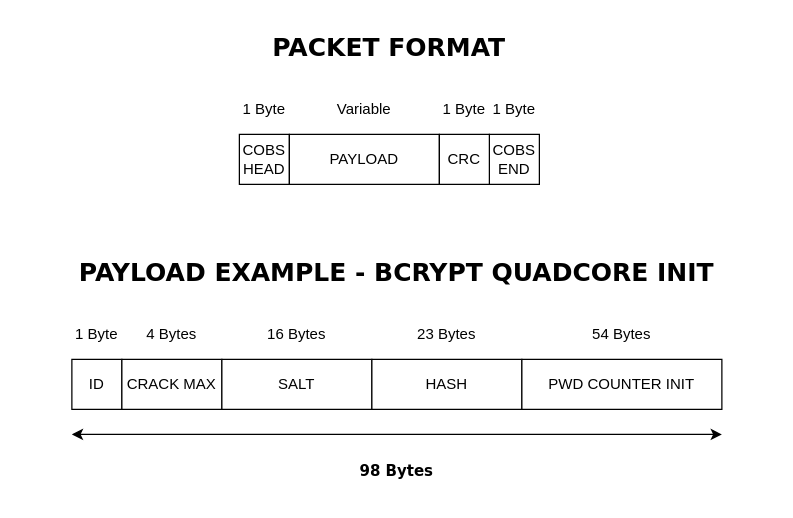
Above: page "packet_format" (2 of 2) of assets/drawio/communication_protocol.drawio in Djokzer/fpga_bruteforce_attack (draw.io), before the change. Source tidied: cells renumbered, new cells numbered last; positions are measured from the earlier drawing's top-left corner, leaving out a move shared by most shapes. Both pictures are drawn from the tidied source at 125%, with x=0, y=0 at pixel (21, 21).
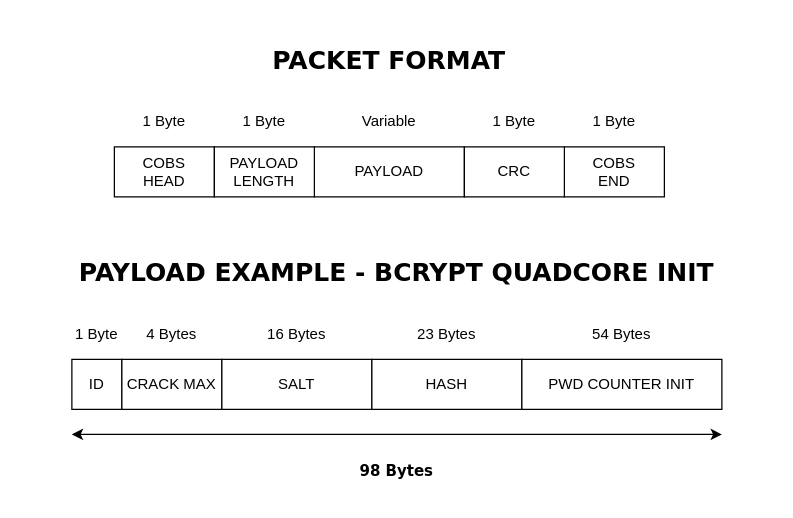
Above is the later version.

The edit, as a diff of the source:
```diff
@@
     <mxCell id="15" value="&lt;div&gt;COBS&lt;br&gt;&lt;/div&gt;&lt;div&gt;HEAD&lt;/div&gt;" style="rounded=0;whiteSpace=wrap;html=1;" parent="1" vertex="1">
-      <mxGeometry x="174" y="90" width="40" height="40" as="geometry" />
+      <mxGeometry x="74" y="100" width="80" height="40" as="geometry" />
     </mxCell>
     <mxCell id="16" value="1 Byte" style="rounded=0;whiteSpace=wrap;html=1;fillColor=none;strokeColor=none;" parent="1" vertex="1">
-      <mxGeometry x="174" y="50" width="40" height="40" as="geometry" />
+      <mxGeometry x="74" y="60" width="80" height="40" as="geometry" />
     </mxCell>
     <mxCell id="17" value="PAYLOAD" style="rounded=0;whiteSpace=wrap;html=1;" parent="1" vertex="1">
-      <mxGeometry x="214" y="90" width="120" height="40" as="geometry" />
+      <mxGeometry x="234" y="100" width="120" height="40" as="geometry" />
     </mxCell>
     <mxCell id="18" value="Variable" style="rounded=0;whiteSpace=wrap;html=1;fillColor=none;strokeColor=none;" parent="1" vertex="1">
-      <mxGeometry x="214" y="50" width="120" height="40" as="geometry" />
+      <mxGeometry x="234" y="60" width="120" height="40" as="geometry" />
     </mxCell>
     <mxCell id="19" value="&lt;div&gt;COBS&lt;/div&gt;&lt;div&gt;&lt;span style=&quot;background-color: initial;&quot;&gt;END&lt;/span&gt;&lt;/div&gt;" style="rounded=0;whiteSpace=wrap;html=1;" parent="1" vertex="1">
-      <mxGeometry x="374" y="90" width="40" height="40" as="geometry" />
+      <mxGeometry x="434" y="100" width="80" height="40" as="geometry" />
     </mxCell>
     <mxCell id="20" value="PACKET FORMAT" style="rounded=0;whiteSpace=wrap;html=1;fillColor=none;strokeColor=none;fontFamily=Verdana;fontStyle=1;fontSize=20;" parent="1" vertex="1">
-      <mxGeometry x="154" width="280" height="40" as="geometry" />
+      <mxGeometry x="154" y="10" width="280" height="40" as="geometry" />
     </mxCell>
     <mxCell id="21" value="CRC" style="rounded=0;whiteSpace=wrap;html=1;" parent="1" vertex="1">
-      <mxGeometry x="334" y="90" width="40" height="40" as="geometry" />
+      <mxGeometry x="354" y="100" width="80" height="40" as="geometry" />
     </mxCell>
     <mxCell id="22" value="1 Byte" style="rounded=0;whiteSpace=wrap;html=1;fillColor=none;strokeColor=none;" parent="1" vertex="1">
-      <mxGeometry x="334" y="50" width="40" height="40" as="geometry" />
+      <mxGeometry x="354" y="60" width="80" height="40" as="geometry" />
     </mxCell>
     <mxCell id="23" value="1 Byte" style="rounded=0;whiteSpace=wrap;html=1;fillColor=none;strokeColor=none;" parent="1" vertex="1">
-      <mxGeometry x="374" y="50" width="40" height="40" as="geometry" />
+      <mxGeometry x="434" y="60" width="80" height="40" as="geometry" />
     </mxCell>
+    <mxCell id="24" value="PAYLOAD&lt;div&gt;LENGTH&lt;/div&gt;" style="rounded=0;whiteSpace=wrap;html=1;" parent="1" vertex="1">
+      <mxGeometry x="154" y="100" width="80" height="40" as="geometry" />
+    </mxCell>
+    <mxCell id="25" value="1 Byte" style="rounded=0;whiteSpace=wrap;html=1;fillColor=none;strokeColor=none;" parent="1" vertex="1">
+      <mxGeometry x="154" y="60" width="80" height="40" as="geometry" />
+    </mxCell>
```
